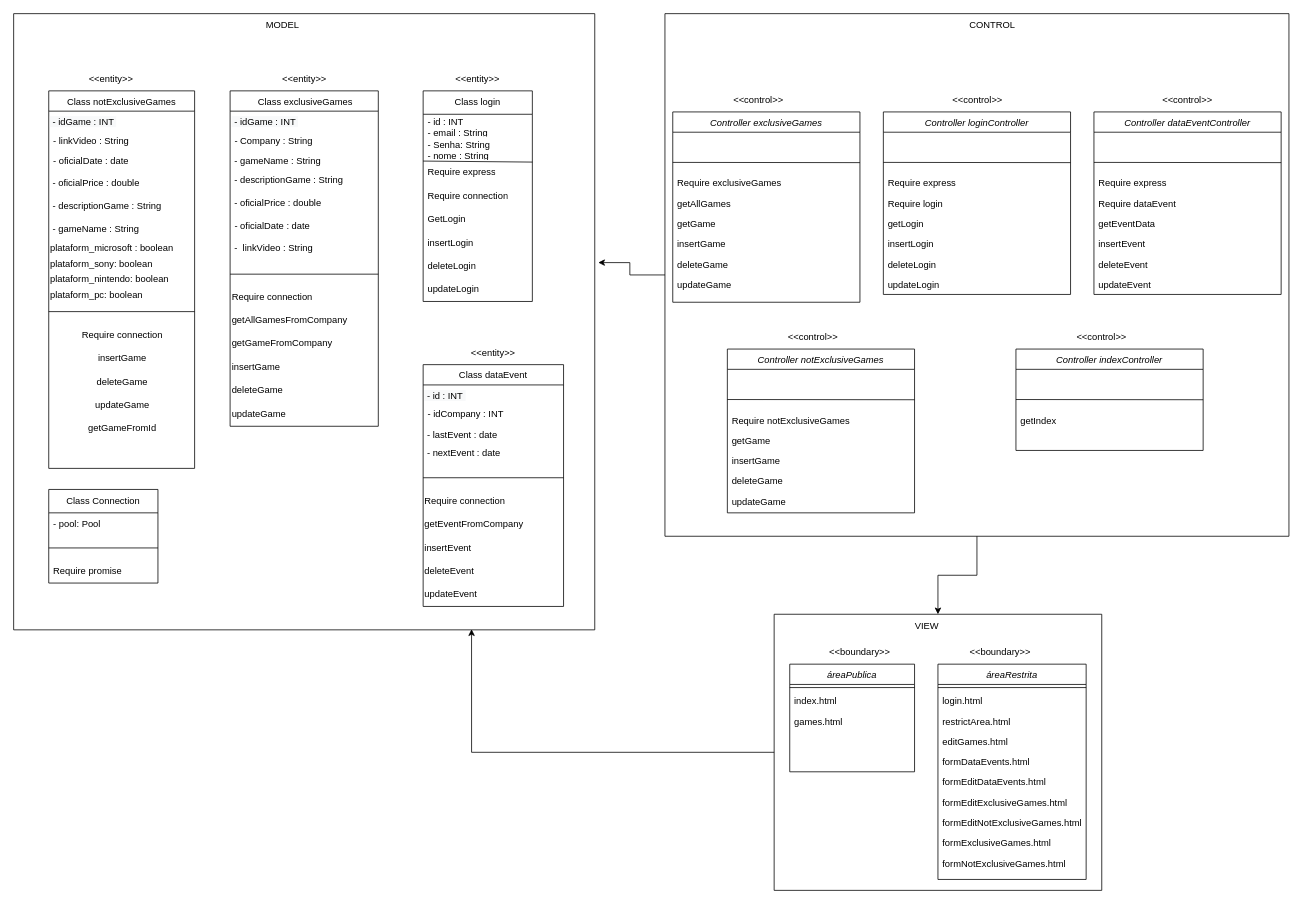
Before: Diagramas/diagrama_classe_atualizado_final.drawio in Projeto-pi-triple-a/triple-A, a draw.io diagram. Source tidied: cells renumbered, new cells numbered last; positions are measured from the earlier drawing's top-left corner, leaving out a move shared by most shapes. Both pictures are drawn from the tidied source at 78%, with x=0, y=0 at pixel (13, 13).
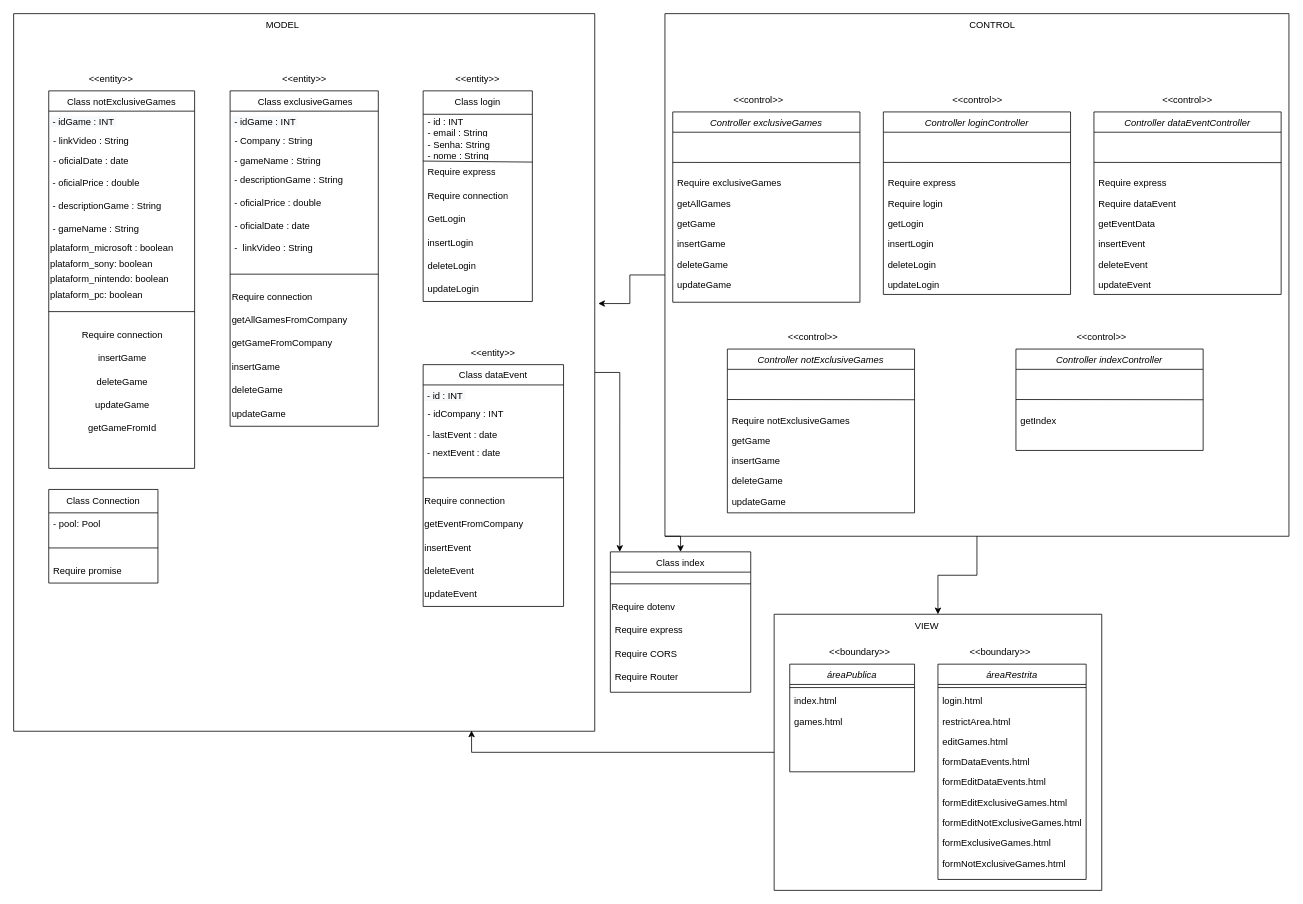
After the change.

The change refers to these unchanged cells:
```xml
<mxCell id="66" style="swimlane;startSize=0;" parent="1" vertex="1">
  <mxGeometry x="835" width="800" height="670" as="geometry" />
</mxCell>
```

Change to the diagram source:
```diff
@@
+    <mxCell id="138" style="edgeStyle=orthogonalEdgeStyle;rounded=0;jettySize=auto;html=1;entryX=0.067;entryY=0;entryDx=0;entryDy=0;entryPerimeter=0;" parent="1" edge="1" source="2" target="140">
+      <mxGeometry relative="1" as="geometry" />
+    </mxCell>
     <mxCell id="2" style="swimlane;startSize=0;" parent="1" vertex="1">
-      <mxGeometry width="745" height="790" as="geometry" />
+      <mxGeometry width="745" height="920" as="geometry" />
     </mxCell>
@@
+    <mxCell id="139" style="edgeStyle=orthogonalEdgeStyle;rounded=0;jettySize=auto;html=1;exitX=0;exitY=1;exitDx=0;exitDy=0;entryX=0.5;entryY=0;entryDx=0;entryDy=0;" parent="1" edge="1" source="66" target="140">
+      <mxGeometry relative="1" as="geometry" />
+    </mxCell>
@@
+    <mxCell id="140" value="Class index" style="swimlane;fontStyle=0;align=center;verticalAlign=top;horizontal=1;startSize=26;rounded=0;shadow=0;strokeWidth=1;" parent="1" vertex="1">
+      <mxGeometry x="765" y="690" width="180" height="180" as="geometry" />
+    </mxCell>
+    <mxCell id="141" style="line;html=1;strokeWidth=1;align=left;verticalAlign=middle;spacingTop=-1;spacingLeft=3;spacingRight=3;labelPosition=right;" parent="140" vertex="1">
+      <mxGeometry y="26" width="180" height="30" as="geometry" />
+    </mxCell>
+    <mxCell id="142" value="&lt;span style=&quot;color: rgb(0, 0, 0);&quot;&gt;Require dotenv&lt;br&gt;&lt;/span&gt;" style="text;html=1;align=left;verticalAlign=middle;strokeColor=none;fillColor=none;fontSize=12;fontColor=#007800;" parent="140" vertex="1">
+      <mxGeometry y="56" width="180" height="30" as="geometry" />
+    </mxCell>
+    <mxCell id="143" value="Require express" style="text;strokeColor=none;fillColor=none;align=left;verticalAlign=middle;spacingLeft=4;spacingRight=4;overflow=hidden;whiteSpace=wrap;html=1;" parent="140" vertex="1">
+      <mxGeometry y="86" width="180" height="30" as="geometry" />
+    </mxCell>
+    <mxCell id="144" value="Require CORS" style="text;strokeColor=none;fillColor=none;align=left;verticalAlign=middle;spacingLeft=4;spacingRight=4;overflow=hidden;whiteSpace=wrap;html=1;" parent="140" vertex="1">
+      <mxGeometry y="116" width="180" height="30" as="geometry" />
+    </mxCell>
+    <mxCell id="145" value="Require Router" style="text;strokeColor=none;fillColor=none;align=left;verticalAlign=middle;spacingLeft=4;spacingRight=4;overflow=hidden;whiteSpace=wrap;html=1;" parent="140" vertex="1">
+      <mxGeometry y="146" width="180" height="30" as="geometry" />
+    </mxCell>
```
